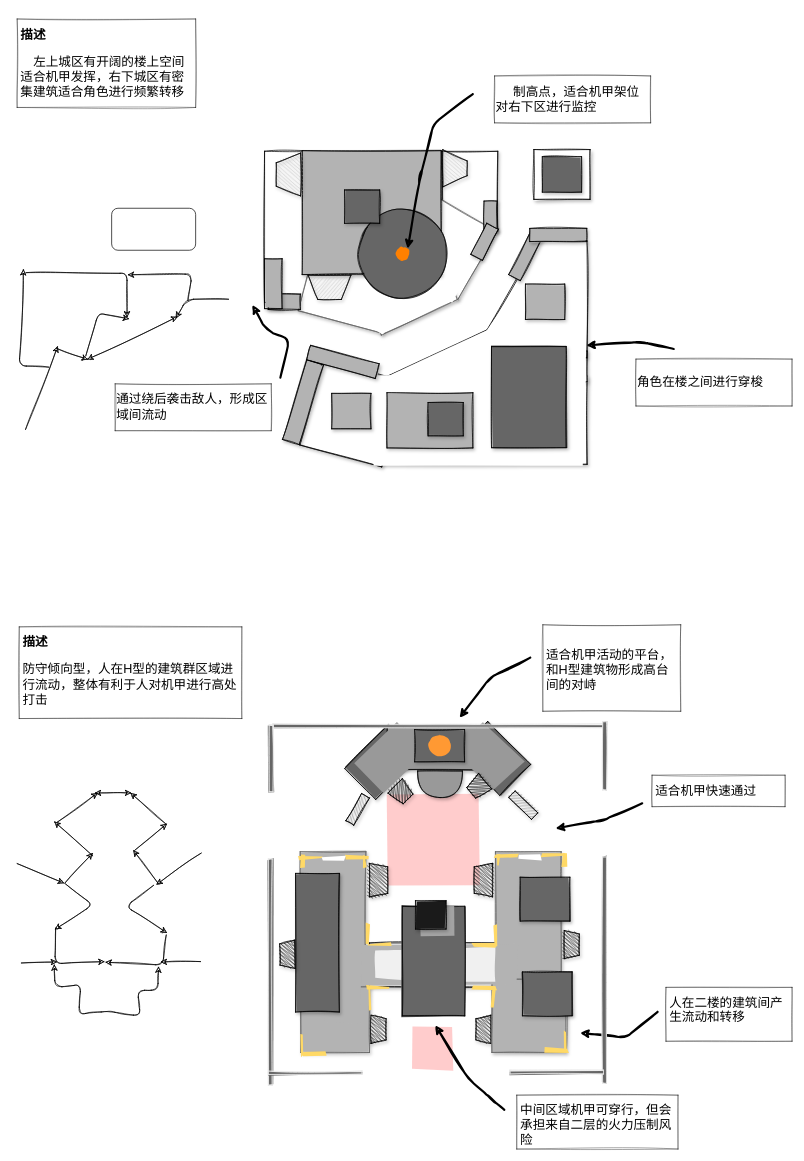
Heynoodle/DRAWIO keeps this draw.io diagram as Patterns.drawio. Above is the earlier version. Source tidied: cells renumbered, new cells numbered last; positions are measured from the earlier drawing's top-left corner, leaving out a move shared by most shapes. Both pictures are drawn from the tidied source at 70%, with x=0, y=0 at pixel (17, 19).
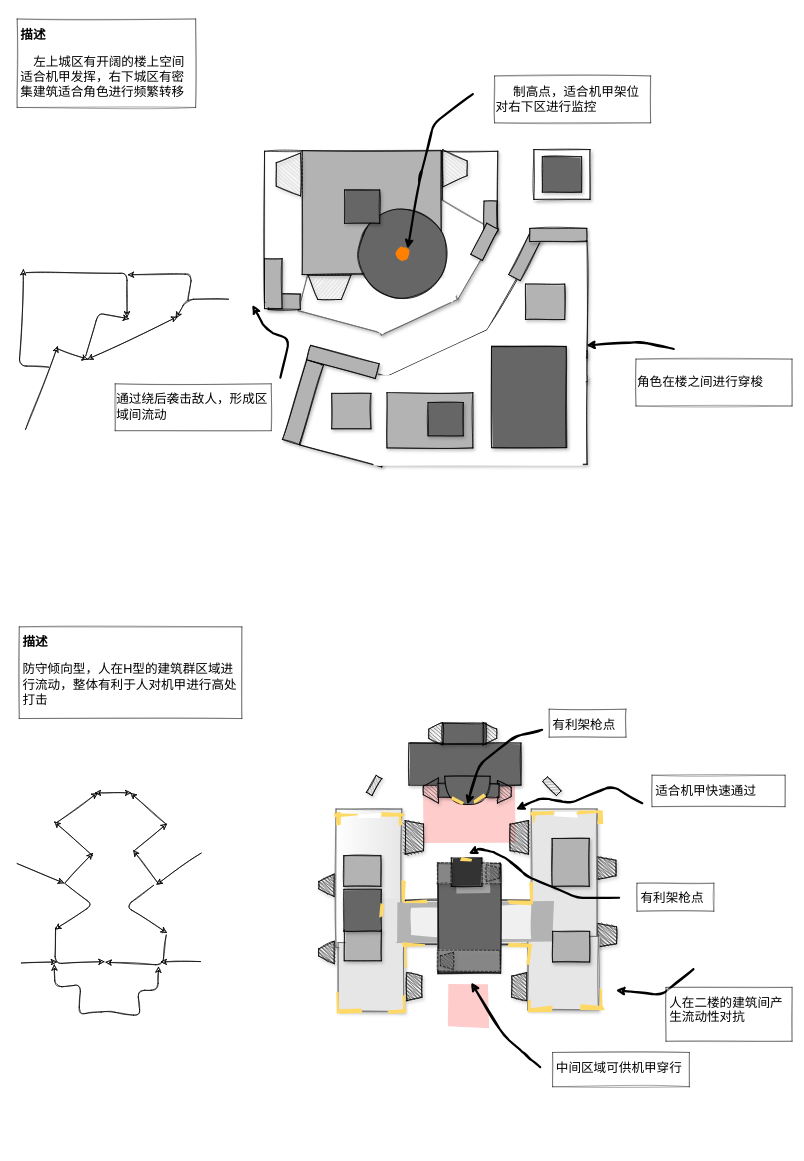
The same diagram, later.

Unchanged cells that the change refers to:
```xml
<mxCell id="55" style="group;rotation=-180;" parent="53" vertex="1">
  <mxGeometry x="99.5" y="0.6" width="471.2" height="522" as="geometry" />
</mxCell>
<mxCell id="56" style="rounded=0;whiteSpace=wrap;html=1;shadow=0;sketch=1;strokeWidth=1;fillColor=#FFFFFF;strokeColor=none;opacity=80;" parent="55" vertex="1">
  <mxGeometry x="181.5" y="245.7" width="54.5" height="184.6" as="geometry" />
</mxCell>
<mxCell id="57" style="whiteSpace=wrap;html=1;rounded=0;shadow=0;sketch=1;strokeWidth=1;opacity=50;fillStyle=solid;strokeColor=none;fillColor=#FF9999;" parent="55" vertex="1">
  <mxGeometry x="140.1" y="100.1" width="131.6" height="131.6" as="geometry" />
</mxCell>
```

What changed in the source:
```diff
@@
     <mxCell id="53" style="group;" parent="1" vertex="1">
-      <mxGeometry x="289.1" y="1006" width="655" height="608" as="geometry" />
+      <mxGeometry x="340.3" y="945" width="655" height="608" as="geometry" />
     </mxCell>
-    <mxCell id="54" style="rounded=0;whiteSpace=wrap;html=1;shadow=0;sketch=1;rotation=90;fillStyle=solid;strokeColor=#E6E6E6;fillColor=#666666;" parent="53" vertex="1">
-      <mxGeometry x="-89.1" y="352.5" width="323.3" height="5.5" as="geometry" />
-    </mxCell>
@@
-    <mxCell id="58" style="rounded=0;whiteSpace=wrap;html=1;shadow=1;sketch=1;fillStyle=solid;rotation=-225;fillColor=#666666;" parent="55" vertex="1">
-      <mxGeometry x="88.6" y="23.2" width="88.7" height="62.6" as="geometry" />
-    </mxCell>
-    <mxCell id="59" style="rounded=0;whiteSpace=wrap;html=1;shadow=1;sketch=1;fillStyle=solid;rotation=-135;fillColor=#666666;" parent="55" vertex="1">
-      <mxGeometry x="248.7" y="18" width="87.1" height="62.6" as="geometry" />
-    </mxCell>
-    <mxCell id="60" style="rounded=0;whiteSpace=wrap;html=1;shadow=1;sketch=1;fillStyle=solid;rotation=-180;fillColor=#999999;" parent="55" vertex="1">
-      <mxGeometry x="140.1" y="3.1" width="145.6" height="62.6" as="geometry" />
-    </mxCell>
-    <mxCell id="61" style="rounded=0;whiteSpace=wrap;html=1;shadow=0;sketch=1;rotation=-135;strokeColor=none;fillStyle=solid;fillColor=#999999;" parent="55" vertex="1">
-      <mxGeometry x="243.8" y="15.6" width="81.9" height="59.5" as="geometry" />
-    </mxCell>
-    <mxCell id="62" style="rounded=0;whiteSpace=wrap;html=1;shadow=0;sketch=1;rotation=-45;strokeColor=none;fillStyle=solid;fillColor=#999999;" parent="55" vertex="1">
-      <mxGeometry x="103.7" y="18.8" width="81.9" height="59.5" as="geometry" />
-    </mxCell>
-    <mxCell id="63" style="rounded=0;whiteSpace=wrap;html=1;shadow=0;sketch=1;rotation=0;fillStyle=solid;strokeColor=#E6E6E6;fillColor=#666666;" parent="55" vertex="1">
-      <mxGeometry x="-23.2" width="472.2" height="5.5" as="geometry" />
-    </mxCell>
@@
-    <mxCell id="69" style="shape=trapezoid;perimeter=trapezoidPerimeter;whiteSpace=wrap;html=1;fixedSize=1;strokeWidth=1;sketch=1;shadow=1;rotation=-225;fillStyle=zigzag;size=4.94497782389351;fillColor=#333333;" parent="55" vertex="1">
-      <mxGeometry x="146.1" y="84.8" width="29.3" height="26.2" as="geometry" />
-    </mxCell>
-    <mxCell id="70" style="shape=trapezoid;perimeter=trapezoidPerimeter;whiteSpace=wrap;html=1;fixedSize=1;strokeWidth=1;sketch=1;shadow=1;rotation=-130;fillStyle=zigzag;size=4.94497782389351;fillColor=#333333;" parent="55" vertex="1">
-      <mxGeometry x="255.4" y="77.1" width="29.3" height="26.2" as="geometry" />
-    </mxCell>
@@
+    <mxCell id="150" style="rounded=0;whiteSpace=wrap;html=1;sketch=1;fillStyle=solid;shadow=1;strokeWidth=1;fillColor=#666666;" parent="55" vertex="1">
+      <mxGeometry x="120" y="88.4" width="160" height="60" as="geometry" />
+    </mxCell>
+    <mxCell id="151" style="shape=trapezoid;perimeter=trapezoidPerimeter;whiteSpace=wrap;html=1;fixedSize=1;shadow=1;sketch=1;strokeWidth=1;fillColor=#4D4D4D;fillStyle=hachure;rotation=-90;size=9.37444145356676;" parent="55" vertex="1">
+      <mxGeometry x="142" y="65.4" width="32.1" height="19.5" as="geometry" />
+    </mxCell>
+    <mxCell id="152" style="rounded=0;whiteSpace=wrap;html=1;sketch=1;fillStyle=solid;shadow=1;strokeWidth=1;fillColor=#666666;" parent="55" vertex="1">
+      <mxGeometry x="169" y="60" width="61" height="30" as="geometry" />
+    </mxCell>
+    <mxCell id="153" style="shape=trapezoid;perimeter=trapezoidPerimeter;whiteSpace=wrap;html=1;fixedSize=1;shadow=1;sketch=1;strokeWidth=1;fillColor=#4D4D4D;fillStyle=hachure;rotation=90;size=9.37444145356676;" parent="55" vertex="1">
+      <mxGeometry x="219.5" y="65.3" width="32.1" height="19.5" as="geometry" />
+    </mxCell>
+    <mxCell id="154" style="shape=trapezoid;perimeter=trapezoidPerimeter;whiteSpace=wrap;html=1;fixedSize=1;shadow=1;sketch=1;strokeWidth=1;fillColor=#4D4D4D;fillStyle=hachure;rotation=-90;size=11.87444145356676;" parent="55" vertex="1">
+      <mxGeometry x="133.3" y="145.4" width="35.9" height="21.6" as="geometry" />
+    </mxCell>
+    <mxCell id="155" style="shape=trapezoid;perimeter=trapezoidPerimeter;whiteSpace=wrap;html=1;fixedSize=1;shadow=1;sketch=1;strokeWidth=1;fillColor=#4D4D4D;fillStyle=hachure;rotation=90;size=9.37444145356676;" parent="55" vertex="1">
+      <mxGeometry x="240" y="148.4" width="32.1" height="19.5" as="geometry" />
+    </mxCell>
+    <mxCell id="156" style="rounded=0;whiteSpace=wrap;html=1;sketch=1;fillStyle=solid;shadow=1;strokeWidth=1;fillColor=#666666;" parent="55" vertex="1">
+      <mxGeometry x="161.5" y="146.2" width="20" height="19.6" as="geometry" />
+    </mxCell>
+    <mxCell id="157" style="rounded=0;whiteSpace=wrap;html=1;sketch=1;fillStyle=solid;shadow=1;strokeWidth=1;fillColor=#666666;" parent="55" vertex="1">
+      <mxGeometry x="230" y="146.2" width="18.5" height="19.6" as="geometry" />
+    </mxCell>
+    <mxCell id="158" style="shape=or;whiteSpace=wrap;html=1;sketch=1;fillStyle=solid;rotation=90;fillColor=#666666;" parent="55" vertex="1">
+      <mxGeometry x="183.2" y="123.6" width="40.4" height="64.9" as="geometry" />
+    </mxCell>
+    <mxCell id="118" style="rounded=0;whiteSpace=wrap;html=1;shadow=1;glass=0;sketch=1;strokeColor=#000000;fillColor=#999999;gradientColor=none;rotation=-60;direction=west;" parent="55" vertex="1">
+      <mxGeometry x="56.2" y="144.2" width="28" height="9.4" as="geometry" />
+    </mxCell>
+    <mxCell id="159" style="shape=trapezoid;perimeter=trapezoidPerimeter;whiteSpace=wrap;html=1;fixedSize=1;strokeWidth=1;sketch=1;shadow=1;rotation=90;fillStyle=zigzag;size=4.94497782389351;fillColor=#333333;" parent="55" vertex="1">
+      <mxGeometry x="386" y="253.4" width="32.1" height="27.1" as="geometry" />
+    </mxCell>
+    <mxCell id="160" style="shape=trapezoid;perimeter=trapezoidPerimeter;whiteSpace=wrap;html=1;fixedSize=1;strokeWidth=1;sketch=1;shadow=1;rotation=90;fillStyle=zigzag;size=4.94497782389351;fillColor=#333333;" parent="55" vertex="1">
+      <mxGeometry x="386" y="349.4" width="34" height="27.1" as="geometry" />
+    </mxCell>
+    <mxCell id="161" style="shape=trapezoid;perimeter=trapezoidPerimeter;whiteSpace=wrap;html=1;fixedSize=1;strokeWidth=1;sketch=1;shadow=1;rotation=-90;fillStyle=zigzag;size=10.984441453567342;fillColor=#333333;" parent="55" vertex="1">
+      <mxGeometry x="-14" y="280.5" width="32.1" height="22.1" as="geometry" />
+    </mxCell>
+    <mxCell id="162" style="shape=trapezoid;perimeter=trapezoidPerimeter;whiteSpace=wrap;html=1;fixedSize=1;strokeWidth=1;sketch=1;shadow=1;rotation=-90;fillStyle=zigzag;size=10.984441453567342;fillColor=#333333;" parent="55" vertex="1">
+      <mxGeometry x="-14" y="376.5" width="32.1" height="22.1" as="geometry" />
+    </mxCell>
+    <mxCell id="163" style="rounded=0;whiteSpace=wrap;html=1;shadow=1;glass=0;sketch=1;strokeColor=#000000;fillColor=#999999;gradientColor=none;rotation=46;direction=west;" parent="55" vertex="1">
+      <mxGeometry x="310.2" y="145.4" width="28" height="9.4" as="geometry" />
+    </mxCell>
+    <mxCell id="164" style="rounded=0;whiteSpace=wrap;html=1;shadow=0;sketch=1;rotation=23;fillStyle=solid;strokeColor=none;fillColor=#FFD966;" parent="55" vertex="1">
+      <mxGeometry x="181.5" y="167.8" width="17.4" height="4.9" as="geometry" />
+    </mxCell>
+    <mxCell id="165" style="rounded=0;whiteSpace=wrap;html=1;shadow=0;sketch=1;rotation=-38;fillStyle=solid;strokeColor=none;fillColor=#FFD966;" parent="55" vertex="1">
+      <mxGeometry x="212.6" y="165.9" width="17.4" height="4.9" as="geometry" />
+    </mxCell>
+    <mxCell id="139" value="&lt;font style=&quot;font-size: 18px&quot;&gt;&lt;br&gt;有利架枪点&lt;/font&gt;" style="text;html=1;spacing=5;spacingTop=-20;whiteSpace=wrap;overflow=hidden;rounded=0;shadow=0;sketch=1;opacity=50;fillColor=#ffffff;strokeColor=#000000;" parent="55" vertex="1">
+      <mxGeometry x="320.2" y="40" width="109.8" height="40" as="geometry" />
+    </mxCell>
-    <mxCell id="72" style="rounded=0;whiteSpace=wrap;html=1;shadow=1;sketch=1;rotation=90;fillStyle=solid;fillColor=#B3B3B3;strokeColor=#666666;" parent="53" vertex="1">
+    <mxCell id="72" style="rounded=0;whiteSpace=wrap;html=1;shadow=1;sketch=1;rotation=90;fillStyle=solid;strokeColor=#666666;gradientColor=#ffffff;fillColor=#E6E6E6;" parent="53" vertex="1">
       <mxGeometry x="63.2" y="235.3" width="198" height="93.9" as="geometry" />
     </mxCell>
@@
-    <mxCell id="74" style="rounded=0;whiteSpace=wrap;html=1;shadow=1;sketch=1;rotation=90;fillStyle=solid;strokeColor=#666666;fillColor=#B3B3B3;" parent="53" vertex="1">
+    <mxCell id="74" style="rounded=0;whiteSpace=wrap;html=1;shadow=1;sketch=1;rotation=90;fillStyle=solid;strokeColor=#666666;fillColor=#E6E6E6;" parent="53" vertex="1">
       <mxGeometry x="342.1" y="235.3" width="198" height="93.9" as="geometry" />
     </mxCell>
-    <mxCell id="75" style="rounded=0;whiteSpace=wrap;html=1;shadow=1;sketch=1;fillStyle=solid;fillColor=#B3B3B3;strokeColor=#666666;" parent="53" vertex="1">
-      <mxGeometry x="116" y="376.2" width="98.2" height="93.9" as="geometry" />
+    <mxCell id="75" style="rounded=0;whiteSpace=wrap;html=1;shadow=1;sketch=1;fillStyle=solid;strokeColor=#666666;fillColor=#E6E6E6;direction=south;" parent="53" vertex="1">
+      <mxGeometry x="118.2" y="374" width="93.9" height="98.2" as="geometry" />
     </mxCell>
-    <mxCell id="76" style="rounded=0;whiteSpace=wrap;html=1;shadow=1;sketch=1;fillStyle=solid;strokeColor=#666666;fillColor=#B3B3B3;" parent="53" vertex="1">
-      <mxGeometry x="389.1" y="365.2" width="106.4" height="104.8" as="geometry" />
+    <mxCell id="76" style="rounded=0;whiteSpace=wrap;html=1;shadow=1;sketch=1;fillStyle=solid;strokeColor=#666666;fillColor=#E6E6E6;" parent="53" vertex="1">
+      <mxGeometry x="389.1" y="365.2" width="100.9" height="104.8" as="geometry" />
     </mxCell>
-    <mxCell id="77" style="rounded=0;whiteSpace=wrap;html=1;shadow=0;sketch=1;strokeColor=none;rotation=-90;fillStyle=solid;fillColor=#B3B3B3;" parent="53" vertex="1">
+    <mxCell id="77" style="rounded=0;whiteSpace=wrap;html=1;shadow=0;sketch=1;strokeColor=none;rotation=-90;fillStyle=solid;fillColor=#E6E6E6;" parent="53" vertex="1">
       <mxGeometry x="118.9" y="344.5" width="115.5" height="52.4" as="geometry" />
     </mxCell>
@@
-    <mxCell id="79" style="rounded=0;whiteSpace=wrap;html=1;shadow=1;sketch=1;fillStyle=solid;strokeWidth=1;fillColor=#666666;" parent="53" vertex="1">
-      <mxGeometry x="429.5" y="219.7" width="71" height="62.6" as="geometry" />
-    </mxCell>
-    <mxCell id="80" style="rounded=0;whiteSpace=wrap;html=1;shadow=1;sketch=1;fillStyle=solid;strokeWidth=1;fillColor=#666666;" parent="53" vertex="1">
-      <mxGeometry x="432.7" y="355" width="71" height="62.6" as="geometry" />
-    </mxCell>
-    <mxCell id="81" style="rounded=0;whiteSpace=wrap;html=1;shadow=1;sketch=1;rotation=90;strokeWidth=1;fillStyle=solid;fillColor=#666666;" parent="53" vertex="1">
-      <mxGeometry x="40.9" y="281.9" width="198" height="62.6" as="geometry" />
-    </mxCell>
-    <mxCell id="82" style="rounded=0;whiteSpace=wrap;html=1;shadow=0;sketch=1;rotation=90;fillStyle=solid;strokeColor=#E6E6E6;fillColor=#666666;" parent="53" vertex="1">
-      <mxGeometry x="26" y="47" width="95.4" height="5.5" as="geometry" />
-    </mxCell>
-    <mxCell id="83" style="rounded=0;whiteSpace=wrap;html=1;shadow=0;sketch=1;rotation=90;fillStyle=solid;strokeColor=#E6E6E6;fillColor=#666666;" parent="53" vertex="1">
-      <mxGeometry x="501.4" y="43.5" width="97.5" height="5.5" as="geometry" />
-    </mxCell>
-    <mxCell id="84" style="rounded=0;whiteSpace=wrap;html=1;shadow=0;sketch=1;rotation=0;fillStyle=solid;strokeColor=#E6E6E6;fillColor=#666666;" parent="53" vertex="1">
-      <mxGeometry x="69.8" y="496.6" width="133.7" height="4.9" as="geometry" />
-    </mxCell>
-    <mxCell id="85" style="rounded=0;whiteSpace=wrap;html=1;shadow=0;sketch=1;rotation=90;fillStyle=solid;strokeColor=#E6E6E6;fillColor=#666666;" parent="53" vertex="1">
-      <mxGeometry x="388.4" y="349.6" width="323.3" height="5.5" as="geometry" />
-    </mxCell>
-    <mxCell id="86" style="rounded=0;whiteSpace=wrap;html=1;shadow=0;sketch=1;rotation=0;fillStyle=solid;strokeColor=#E6E6E6;fillColor=#666666;" parent="53" vertex="1">
-      <mxGeometry x="414.9" y="495.3" width="133.7" height="5.5" as="geometry" />
-    </mxCell>
@@
-    <mxCell id="90" style="rounded=0;whiteSpace=wrap;html=1;shadow=1;sketch=1;fillStyle=solid;strokeWidth=1;fillColor=#1A1A1A;" parent="53" vertex="1">
+    <mxCell id="90" style="rounded=0;whiteSpace=wrap;html=1;shadow=1;sketch=1;fillStyle=solid;strokeWidth=1;fillColor=#333333;" parent="53" vertex="1">
       <mxGeometry x="279.9" y="253.2" width="43.7" height="40.5" as="geometry" />
     </mxCell>
@@
-    <mxCell id="114" value="&lt;font style=&quot;font-size: 18px&quot;&gt;&lt;br&gt;中间区域机甲可穿行，但会承担来自二层的火力压制风险&lt;/font&gt;" style="text;html=1;spacing=5;spacingTop=-20;whiteSpace=wrap;overflow=hidden;rounded=0;shadow=0;sketch=1;opacity=50;fillColor=#ffffff;strokeColor=#000000;" parent="53" vertex="1">
-      <mxGeometry x="424.6" y="531" width="230.4" height="77" as="geometry" />
+    <mxCell id="114" value="&lt;font style=&quot;font-size: 18px&quot;&gt;&lt;br&gt;中间区域可供机甲穿行&lt;/font&gt;" style="text;html=1;spacing=5;spacingTop=-20;whiteSpace=wrap;overflow=hidden;rounded=0;shadow=0;sketch=1;opacity=50;fillColor=#ffffff;strokeColor=#000000;" parent="53" vertex="1">
+      <mxGeometry x="424.6" y="531" width="195.4" height="49" as="geometry" />
     </mxCell>
-    <mxCell id="115" style="rounded=0;whiteSpace=wrap;html=1;shadow=1;sketch=1;rotation=-180;strokeWidth=1;fillStyle=solid;fillColor=#666666;" parent="1" vertex="1">
-      <mxGeometry x="567.9" y="1014.7" width="71.3" height="46.1" as="geometry" />
-    </mxCell>
-    <mxCell id="116" style="ellipse;whiteSpace=wrap;html=1;rounded=0;shadow=0;sketch=1;strokeWidth=1;strokeColor=none;fillStyle=solid;fillColor=#FF9933;" parent="1" vertex="1">
-      <mxGeometry x="588.4" y="1022.7" width="30.2" height="30.2" as="geometry" />
-    </mxCell>
-    <mxCell id="117" style="shape=or;whiteSpace=wrap;html=1;shadow=1;glass=0;sketch=1;strokeColor=#000000;fillColor=#999999;gradientColor=none;rotation=90;fillStyle=solid;" parent="1" vertex="1">
-      <mxGeometry x="585.1" y="1060.9" width="38" height="64" as="geometry" />
-    </mxCell>
-    <mxCell id="118" style="rounded=0;whiteSpace=wrap;html=1;shadow=1;glass=0;sketch=1;strokeColor=#000000;fillColor=#999999;gradientColor=none;rotation=-60;" parent="1" vertex="1">
-      <mxGeometry x="463.9" y="1122.2" width="45" height="13.1" as="geometry" />
-    </mxCell>
-    <mxCell id="119" style="rounded=0;whiteSpace=wrap;html=1;shadow=1;glass=0;sketch=1;strokeColor=#000000;fillColor=#999999;gradientColor=none;rotation=-136;" parent="1" vertex="1">
-      <mxGeometry x="700.6" y="1116.2" width="45" height="13.1" as="geometry" />
-    </mxCell>
-    <mxCell id="120" style="shape=trapezoid;perimeter=trapezoidPerimeter;whiteSpace=wrap;html=1;fixedSize=1;strokeWidth=1;sketch=1;shadow=1;rotation=-91;fillStyle=zigzag;size=4.94497782389351;fillColor=#333333;" parent="1" vertex="1">
-      <mxGeometry x="365.9" y="1325.2" width="40.2" height="21.5" as="geometry" />
-    </mxCell>
-    <mxCell id="121" style="shape=trapezoid;perimeter=trapezoidPerimeter;whiteSpace=wrap;html=1;fixedSize=1;strokeWidth=1;sketch=1;shadow=1;rotation=90;fillStyle=zigzag;size=4.94497782389351;fillColor=#333333;" parent="1" vertex="1">
-      <mxGeometry x="772.2" y="1311.2" width="40.2" height="21.5" as="geometry" />
-    </mxCell>
+    <mxCell id="166" style="rounded=0;whiteSpace=wrap;html=1;sketch=1;fillStyle=solid;shadow=1;fillColor=#B3B3B3;strokeWidth=1;" parent="53" vertex="1">
+      <mxGeometry x="127" y="356.3" width="53" height="43.7" as="geometry" />
+    </mxCell>
+    <mxCell id="167" style="rounded=0;whiteSpace=wrap;html=1;sketch=1;fillStyle=solid;shadow=1;fillColor=#B3B3B3;strokeWidth=1;" parent="53" vertex="1">
+      <mxGeometry x="126.3" y="250" width="53" height="43.7" as="geometry" />
+    </mxCell>
+    <mxCell id="168" style="rounded=0;whiteSpace=wrap;html=1;sketch=1;fillStyle=solid;shadow=1;strokeWidth=1;fillColor=#666666;" parent="53" vertex="1">
+      <mxGeometry x="126.5" y="298" width="53.5" height="60" as="geometry" />
+    </mxCell>
+    <mxCell id="169" style="rounded=0;whiteSpace=wrap;html=1;sketch=1;fillStyle=solid;shadow=1;fillColor=#B3B3B3;strokeWidth=1;" parent="53" vertex="1">
+      <mxGeometry x="424" y="225.3" width="53" height="68.4" as="geometry" />
+    </mxCell>
+    <mxCell id="170" style="rounded=0;whiteSpace=wrap;html=1;sketch=1;fillStyle=solid;shadow=1;fillColor=#B3B3B3;strokeWidth=1;" parent="53" vertex="1">
+      <mxGeometry x="424.6" y="358" width="53" height="43.7" as="geometry" />
+    </mxCell>
+    <mxCell id="171" style="rounded=0;whiteSpace=wrap;html=1;shadow=0;sketch=1;rotation=0;fillStyle=solid;strokeColor=none;fillColor=#FFD966;" parent="53" vertex="1">
+      <mxGeometry x="293" y="253" width="17.4" height="4.9" as="geometry" />
+    </mxCell>
+    <mxCell id="172" value="&lt;font style=&quot;font-size: 18px&quot;&gt;&lt;br&gt;有利架枪点&lt;/font&gt;" style="text;html=1;spacing=5;spacingTop=-20;whiteSpace=wrap;overflow=hidden;rounded=0;shadow=0;sketch=1;opacity=50;fillColor=#ffffff;strokeColor=#000000;" parent="53" vertex="1">
+      <mxGeometry x="545.2" y="289.2" width="109.8" height="40" as="geometry" />
+    </mxCell>
+    <mxCell id="173" style="rounded=0;whiteSpace=wrap;html=1;shadow=0;sketch=1;rotation=90;fillStyle=solid;strokeColor=none;fillColor=#FFD966;" parent="53" vertex="1">
+      <mxGeometry x="172" y="325.5" width="17.4" height="4.9" as="geometry" />
+    </mxCell>
+    <mxCell id="174" style="rounded=0;whiteSpace=wrap;html=1;strokeColor=none;sketch=1;fillColor=#FFD966;fillStyle=solid;" parent="53" vertex="1">
+      <mxGeometry x="190" y="470" width="25.7" height="4.5" as="geometry" />
+    </mxCell>
+    <mxCell id="175" style="rounded=0;whiteSpace=wrap;html=1;strokeColor=none;sketch=1;fillColor=#FFD966;fillStyle=solid;rotation=90;" parent="53" vertex="1">
+      <mxGeometry x="199.2" y="459.3" width="25.7" height="4.5" as="geometry" />
+    </mxCell>
+    <mxCell id="176" style="rounded=0;whiteSpace=wrap;html=1;shadow=0;sketch=1;rotation=0;fillStyle=solid;strokeColor=none;fillColor=#FFD966;" parent="53" vertex="1">
+      <mxGeometry x="391.6" y="465.9" width="33" height="6.3" as="geometry" />
+    </mxCell>
+    <mxCell id="177" style="rounded=0;whiteSpace=wrap;html=1;shadow=0;sketch=1;rotation=90;fillStyle=solid;strokeColor=none;fillColor=#FFD966;" parent="53" vertex="1">
+      <mxGeometry x="382.7" y="462.3" width="16.7" height="4.9" as="geometry" />
+    </mxCell>
@@
-    <mxCell id="138" style="endArrow=classic;html=1;sketch=1;strokeWidth=3;" parent="1" edge="1">
+    <mxCell id="138" style="endArrow=classic;html=1;sketch=1;strokeWidth=3;entryX=1;entryY=0.5;entryDx=0;entryDy=0;entryPerimeter=0;" parent="1" edge="1" target="158">
       <mxGeometry relative="1" as="geometry">
-        <mxPoint x="733" y="912" as="sourcePoint" />
-        <mxPoint x="632" y="998" as="targetPoint" />
+        <mxPoint x="750" y="1015" as="sourcePoint" />
         <Array as="points">
-          <mxPoint x="676" y="940" />
+          <mxPoint x="710" y="1025" />
+          <mxPoint x="660" y="1065" />
         </Array>
       </mxGeometry>
     </mxCell>
-    <mxCell id="139" value="&lt;font style=&quot;font-size: 18px&quot;&gt;&lt;br&gt;&lt;br&gt;适合机甲活动的平台，和H型建筑物形成高台间的对峙&lt;/font&gt;" style="text;html=1;spacing=5;spacingTop=-20;whiteSpace=wrap;overflow=hidden;rounded=0;shadow=0;sketch=1;opacity=50;fillColor=#ffffff;strokeColor=#000000;" parent="1" vertex="1">
-      <mxGeometry x="751" y="865" width="197" height="123.6" as="geometry" />
-    </mxCell>
-    <mxCell id="140" style="endArrow=classic;html=1;sketch=1;strokeWidth=3;" parent="1" edge="1">
+    <mxCell id="140" style="endArrow=classic;html=1;sketch=1;strokeWidth=3;entryX=1.007;entryY=0.631;entryDx=0;entryDy=0;entryPerimeter=0;" parent="1" edge="1" target="57">
       <mxGeometry relative="1" as="geometry">
         <mxPoint x="893" y="1120" as="sourcePoint" />
-        <mxPoint x="769" y="1156" as="targetPoint" />
         <Array as="points">
-          <mxPoint x="837" y="1144" />
+          <mxPoint x="850" y="1095" />
+          <mxPoint x="790" y="1120" />
+          <mxPoint x="750" y="1112" />
         </Array>
       </mxGeometry>
     </mxCell>
@@
-    <mxCell id="142" value="&lt;font style=&quot;font-size: 18px&quot;&gt;&lt;br&gt;人在二楼的建筑间产生流动和转移&lt;/font&gt;" style="text;html=1;spacing=5;spacingTop=-20;whiteSpace=wrap;overflow=hidden;rounded=0;shadow=0;sketch=1;opacity=50;fillColor=#ffffff;strokeColor=#000000;" parent="1" vertex="1">
+    <mxCell id="142" value="&lt;font style=&quot;font-size: 18px&quot;&gt;&lt;br&gt;人在二楼的建筑间产生流动性对抗&lt;/font&gt;" style="text;html=1;spacing=5;spacingTop=-20;whiteSpace=wrap;overflow=hidden;rounded=0;shadow=0;sketch=1;opacity=50;fillColor=#ffffff;strokeColor=#000000;" parent="1" vertex="1">
       <mxGeometry x="926.9" y="1383" width="180.1" height="77" as="geometry" />
     </mxCell>
@@
-    <mxCell id="149" style="rounded=1;whiteSpace=wrap;html=1;" parent="1" vertex="1">
-      <mxGeometry x="135" y="270" width="120" height="60" as="geometry" />
-    </mxCell>
+    <mxCell id="178" style="endArrow=classic;html=1;sketch=1;strokeWidth=3;entryX=0.431;entryY=0.004;entryDx=0;entryDy=0;entryPerimeter=0;" parent="1" edge="1" target="56">
+      <mxGeometry relative="1" as="geometry">
+        <mxPoint x="860" y="1255" as="sourcePoint" />
+        <Array as="points">
+          <mxPoint x="800" y="1255" />
+          <mxPoint x="730" y="1225" />
+          <mxPoint x="690" y="1192" />
+          <mxPoint x="660" y="1185" />
+        </Array>
+      </mxGeometry>
+    </mxCell>
+    <mxCell id="179" style="rounded=0;whiteSpace=wrap;html=1;sketch=1;fillStyle=solid;shadow=1;fillColor=#B3B3B3;strokeWidth=1;dashed=1;opacity=50;" parent="1" vertex="1">
+      <mxGeometry x="600" y="1205" width="20" height="30" as="geometry" />
+    </mxCell>
+    <mxCell id="180" style="rounded=0;whiteSpace=wrap;html=1;sketch=1;fillStyle=solid;shadow=1;fillColor=#B3B3B3;strokeWidth=1;dashed=1;opacity=50;" parent="1" vertex="1">
+      <mxGeometry x="664" y="1205" width="26" height="30" as="geometry" />
+    </mxCell>
+    <mxCell id="181" style="shape=trapezoid;perimeter=trapezoidPerimeter;whiteSpace=wrap;html=1;fixedSize=1;strokeWidth=1;sketch=1;shadow=1;rotation=90;fillStyle=zigzag;size=4.94497782389351;fillColor=#333333;dashed=1;opacity=60;" parent="1" vertex="1">
+      <mxGeometry x="667.5" y="1210.7" width="24.2" height="18.6" as="geometry" />
+    </mxCell>
+    <mxCell id="182" style="rounded=0;whiteSpace=wrap;html=1;sketch=1;fillStyle=solid;shadow=1;fillColor=#B3B3B3;strokeWidth=1;dashed=1;opacity=50;" parent="1" vertex="1">
+      <mxGeometry x="600.7" y="1330" width="89.3" height="30" as="geometry" />
+    </mxCell>
+    <mxCell id="183" style="shape=trapezoid;perimeter=trapezoidPerimeter;whiteSpace=wrap;html=1;fixedSize=1;strokeWidth=1;sketch=1;shadow=1;rotation=-90;fillStyle=zigzag;size=4.94497782389351;fillColor=#333333;dashed=1;opacity=60;" parent="1" vertex="1">
+      <mxGeometry x="601.8" y="1335.7" width="24.2" height="18.6" as="geometry" />
+    </mxCell>
```
